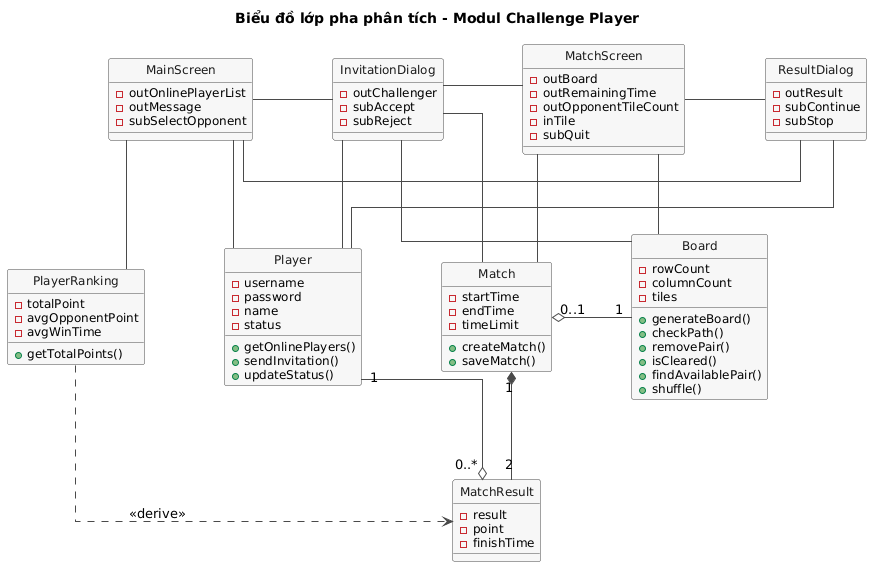
VattenL/mobile-pikachu keeps this PlantUML diagram as docs/uml/pha2/class-analysis-m3.png. Above is the earlier version.
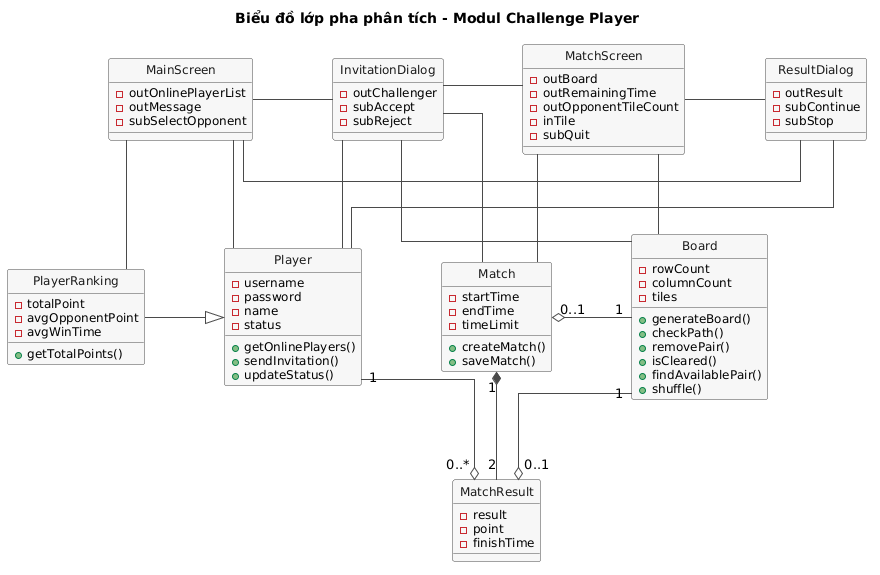
Later version of the same file.

Change to the diagram source:
```diff
@@ -101,5 +101,6 @@
 Player "1" -[norank]-o "0..*" MatchResult
 Match "1" *-down- "2" MatchResult
 Match "0..1" o-right- "1" Board
-PlayerRanking .[norank].> MatchResult : <<derive>>
+MatchResult "0..1" o-[norank]- "1" Board
+PlayerRanking -[norank]-|> Player
 @enduml
```
